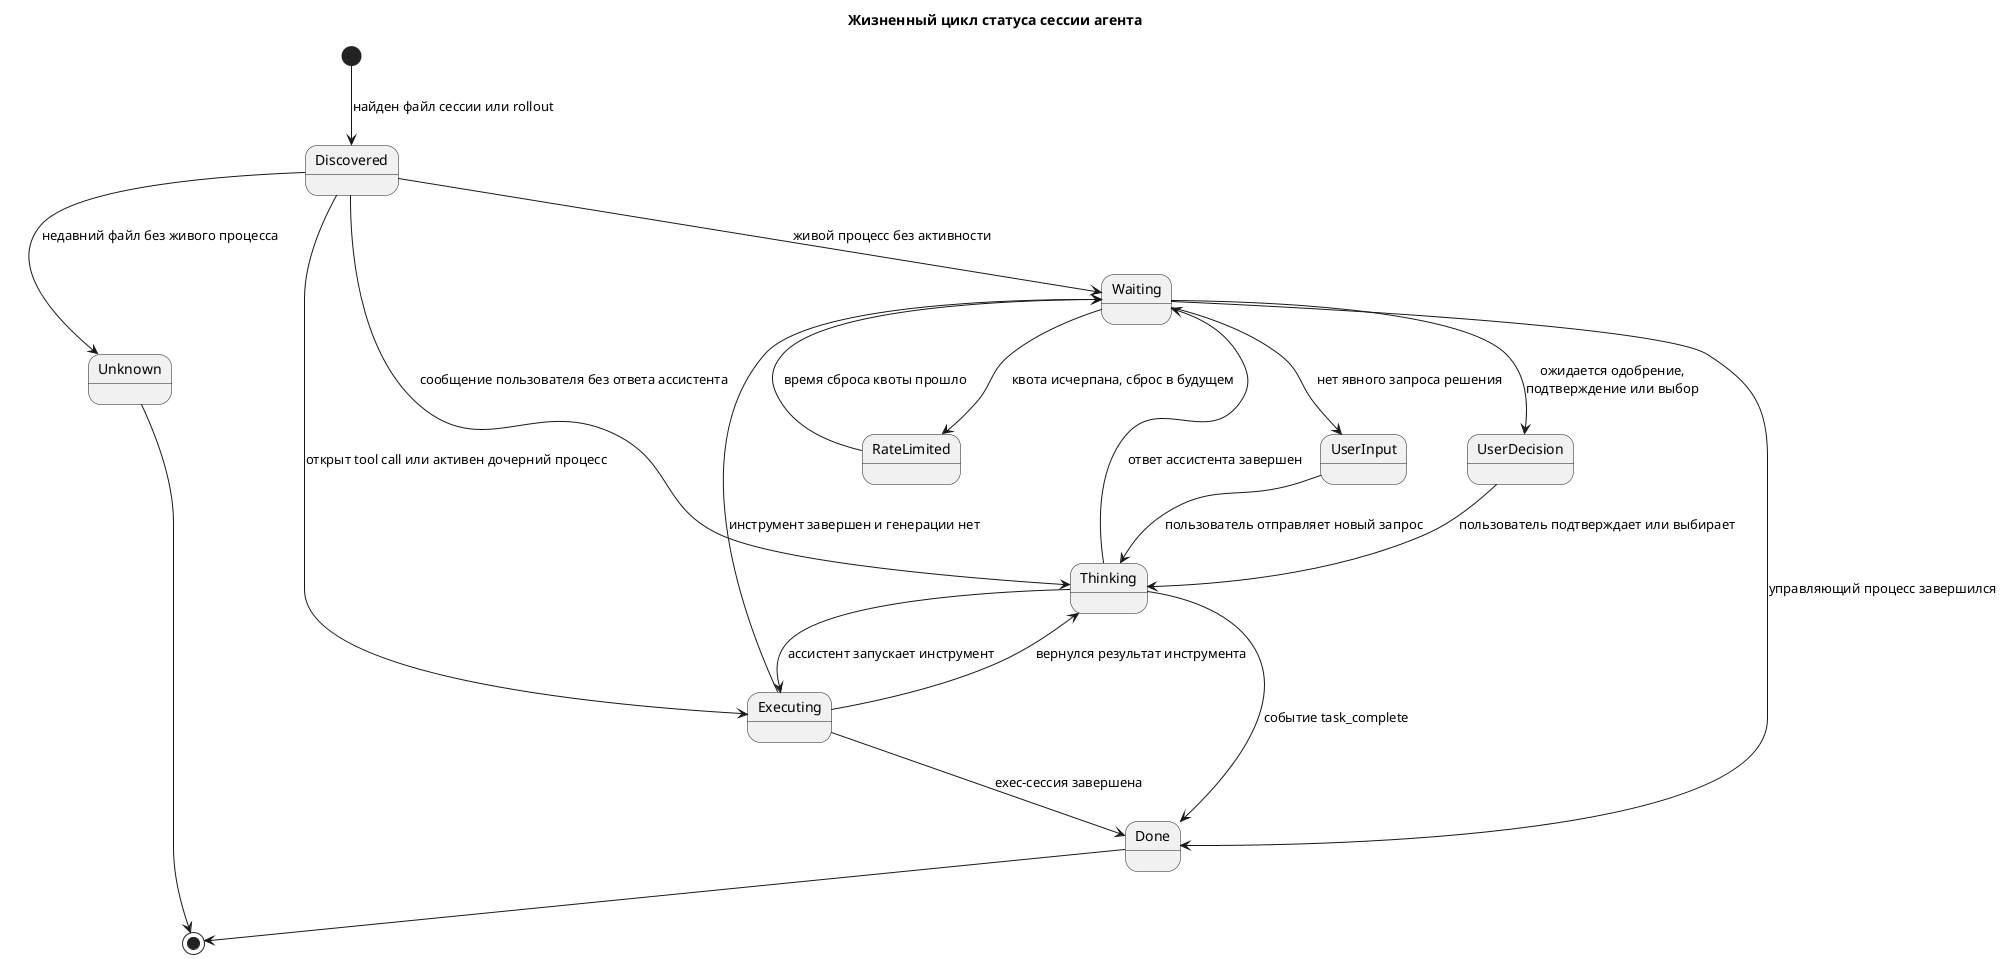
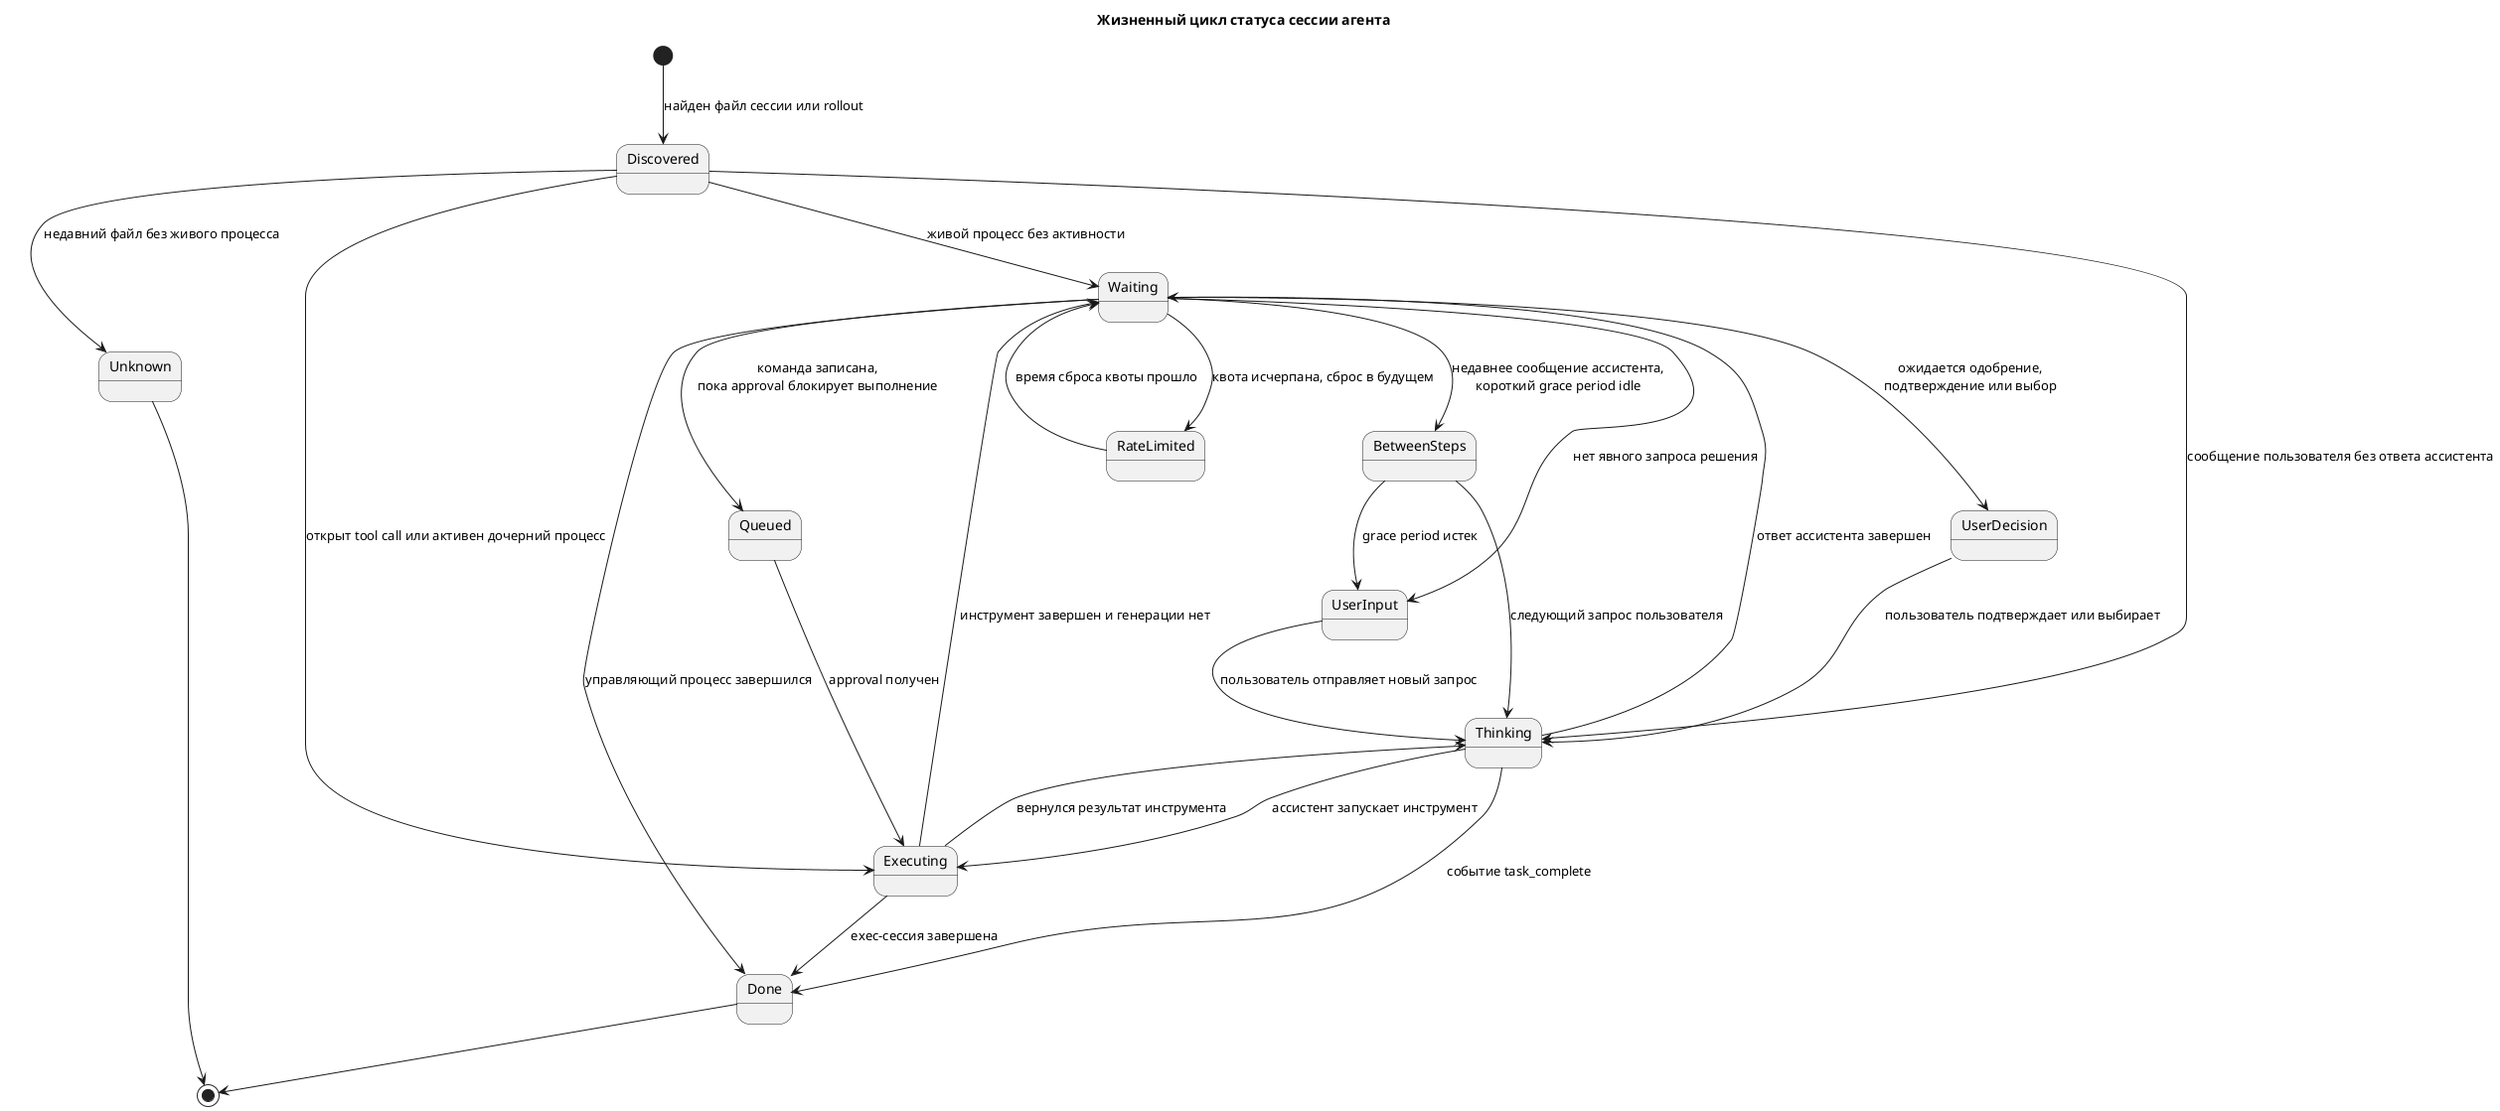
@startuml
title Жизненный цикл статуса сессии агента

skinparam shadowing false

[*] --> Discovered : найден файл сессии или rollout
Discovered --> Unknown : недавний файл без живого процесса
Discovered --> Waiting : живой процесс без активности
Discovered --> Thinking : сообщение пользователя без ответа ассистента
Discovered --> Executing : открыт tool call или активен дочерний процесс

Waiting --> UserInput : нет явного запроса решения
+ Waiting --> BetweenSteps : недавнее сообщение ассистента,\nкороткий grace period idle
Waiting --> UserDecision : ожидается одобрение,\nподтверждение или выбор
+ Waiting --> Queued : команда записана,\nпока approval блокирует выполнение
UserInput --> Thinking : пользователь отправляет новый запрос
+ BetweenSteps --> UserInput : grace period истек
+ BetweenSteps --> Thinking : следующий запрос пользователя
UserDecision --> Thinking : пользователь подтверждает или выбирает
+ Queued --> Executing : approval получен

Thinking --> Executing : ассистент запускает инструмент
Thinking --> Waiting : ответ ассистента завершен
Executing --> Thinking : вернулся результат инструмента
Executing --> Waiting : инструмент завершен и генерации нет

Waiting --> RateLimited : квота исчерпана, сброс в будущем
RateLimited --> Waiting : время сброса квоты прошло

Executing --> Done : exec-сессия завершена
Thinking --> Done : событие task_complete
Waiting --> Done : управляющий процесс завершился
Unknown --> [*]
Done --> [*]
@enduml
